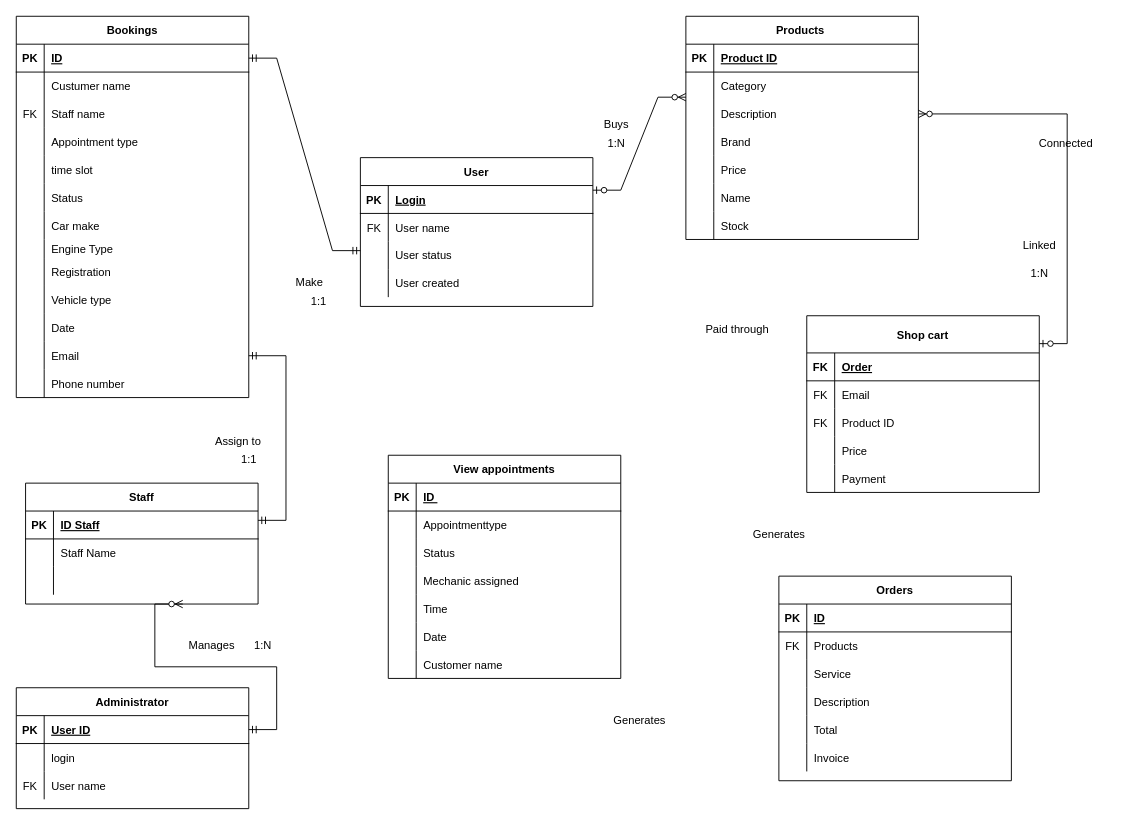
Above: Untitled Diagram.drawio in PriFlores/Garage-Database-design- (draw.io), before the change. Source tidied: cells renumbered, new cells numbered last; positions are measured from the earlier drawing's top-left corner, leaving out a move shared by most shapes. Both pictures are drawn from the tidied source at 93%, with x=0, y=0 at pixel (16, 16).
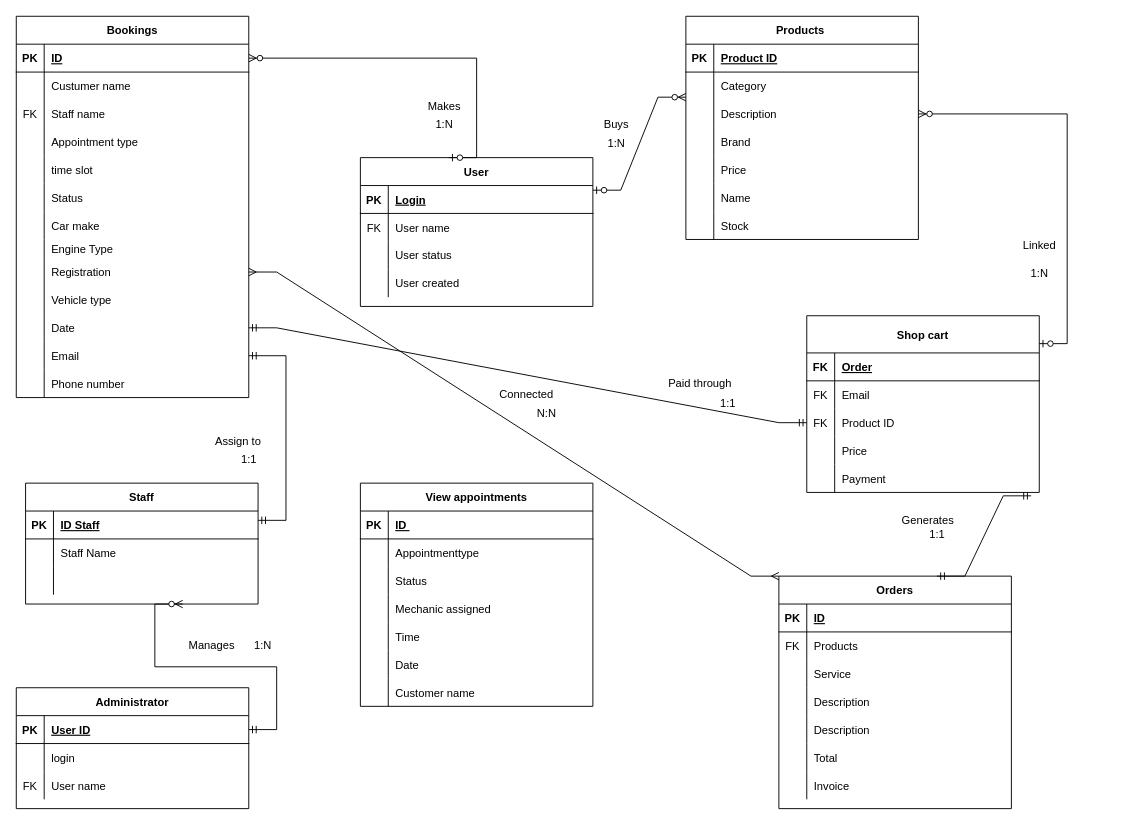
Above is the later version.

The change refers to these unchanged cells:
```xml
<mxCell id="22" style="shape=partialRectangle;fillColor=none;points=[[0,0.5],[1,0.5]];portConstraint=eastwest;top=0;left=0;right=0;bottom=1;" parent="21" vertex="1">
  <mxGeometry y="30" width="250" height="30" as="geometry" />
</mxCell>
<mxCell id="46" style="shape=partialRectangle;fillColor=none;points=[[0,0.5],[1,0.5]];portConstraint=eastwest;top=0;left=0;right=0;bottom=0;" parent="21" vertex="1">
  <mxGeometry y="260" width="250" height="30" as="geometry" />
</mxCell>
<mxCell id="52" style="shape=partialRectangle;fillColor=none;points=[[0,0.5],[1,0.5]];portConstraint=eastwest;top=0;left=0;right=0;bottom=0;" parent="21" vertex="1">
  <mxGeometry y="320" width="250" height="30" as="geometry" />
</mxCell>
<mxCell id="122" style="shape=partialRectangle;fillColor=none;points=[[0,0.5],[1,0.5]];portConstraint=eastwest;top=0;left=0;right=0;bottom=0;" parent="115" vertex="1">
  <mxGeometry y="100" width="250" height="30" as="geometry" />
</mxCell>
<mxCell id="128" style="shape=partialRectangle;fillColor=none;points=[[0,0.5],[1,0.5]];portConstraint=eastwest;top=0;left=0;right=0;bottom=0;" parent="115" vertex="1">
  <mxGeometry y="160" width="250" height="30" as="geometry" />
</mxCell>
```

Change to the diagram source:
```diff
@@
     <mxCell id="2" value="Orders" style="shape=table;startSize=30;childLayout=tableLayout;rowLines=0;fontStyle=1;align=center;" parent="1" vertex="1">
-      <mxGeometry x="820" y="602" width="250" height="220" as="geometry" />
+      <mxGeometry x="820" y="602" width="250" height="250" as="geometry" />
     </mxCell>
@@
+    <mxCell id="173" style="shape=partialRectangle;fillColor=none;top=0;left=0;right=0;bottom=0;" parent="2" vertex="1">
+      <mxGeometry y="150" width="250" height="30" as="geometry" />
+    </mxCell>
+    <mxCell id="174" style="shape=partialRectangle;overflow=hidden;fillColor=none;top=0;left=0;bottom=0;right=0;" parent="173" vertex="1">
+      <mxGeometry width="30" height="30" as="geometry" />
+    </mxCell>
+    <mxCell id="175" value="Description" style="shape=partialRectangle;overflow=hidden;fillColor=none;top=0;left=0;bottom=0;right=0;align=left;spacingLeft=6;" parent="173" vertex="1">
+      <mxGeometry x="30" width="220" height="30" as="geometry" />
+    </mxCell>
     <mxCell id="15" style="shape=partialRectangle;fillColor=none;top=0;left=0;right=0;bottom=0;" parent="2" vertex="1">
-      <mxGeometry y="150" width="250" height="30" as="geometry" />
+      <mxGeometry y="180" width="250" height="30" as="geometry" />
     </mxCell>
@@
     <mxCell id="18" style="shape=partialRectangle;fillColor=none;top=0;left=0;right=0;bottom=0;" parent="2" vertex="1">
-      <mxGeometry y="180" width="250" height="30" as="geometry" />
+      <mxGeometry y="210" width="250" height="30" as="geometry" />
     </mxCell>
@@
     <mxCell id="83" value="View appointments" style="shape=table;startSize=30;childLayout=tableLayout;rowLines=0;fontStyle=1;align=center;" parent="1" vertex="1">
-      <mxGeometry x="400" y="472" width="250" height="240" as="geometry" />
+      <mxGeometry x="370" y="502" width="250" height="240" as="geometry" />
     </mxCell>
@@
     <mxCell id="154" value="Connected&amp;nbsp;" style="text;html=1;align=center;verticalAlign=middle;strokeColor=none;fillColor=none;" parent="1" vertex="1">
-      <mxGeometry x="1090" y="122" width="80" height="30" as="geometry" />
+      <mxGeometry x="510" y="392" width="80" height="30" as="geometry" />
     </mxCell>
-    <mxCell id="155" value="Make" style="text;html=1;align=center;verticalAlign=middle;strokeColor=none;fillColor=none;" parent="1" vertex="1">
-      <mxGeometry x="290" y="272" width="50" height="30" as="geometry" />
+    <mxCell id="155" value="Makes" style="text;html=1;align=center;verticalAlign=middle;strokeColor=none;fillColor=none;" parent="1" vertex="1">
+      <mxGeometry x="430" y="82" width="60" height="30" as="geometry" />
     </mxCell>
@@
     <mxCell id="157" value="Generates" style="text;html=1;align=center;verticalAlign=middle;strokeColor=none;fillColor=none;" parent="1" vertex="1">
-      <mxGeometry x="780" y="542" width="80" height="30" as="geometry" />
+      <mxGeometry x="940" y="527" width="80" height="30" as="geometry" />
     </mxCell>
-    <mxCell id="158" value="Generates" style="text;html=1;align=center;verticalAlign=middle;strokeColor=none;fillColor=none;" parent="1" vertex="1">
-      <mxGeometry x="630" y="742" width="80" height="30" as="geometry" />
-    </mxCell>
@@
     <mxCell id="162" value="Paid through" style="text;html=1;align=center;verticalAlign=middle;strokeColor=none;fillColor=none;" parent="1" vertex="1">
-      <mxGeometry x="730" y="322" width="90" height="30" as="geometry" />
+      <mxGeometry x="690" y="380" width="90" height="30" as="geometry" />
     </mxCell>
@@
-    <mxCell id="167" style="edgeStyle=entityRelationEdgeStyle;fontSize=12;html=1;endArrow=ERmandOne;startArrow=ERmandOne;rounded=0;fontFamily=Helvetica;fontColor=default;exitX=1;exitY=0.5;exitDx=0;exitDy=0;" parent="1" edge="1" source="22">
-      <mxGeometry relative="1" as="geometry">
-        <mxPoint x="370" y="252" as="targetPoint" />
-      </mxGeometry>
-    </mxCell>
-    <mxCell id="168" value="1:1" style="text;html=1;align=center;verticalAlign=middle;strokeColor=none;fillColor=none;" parent="1" vertex="1">
-      <mxGeometry x="305" y="292" width="40" height="30" as="geometry" />
+    <mxCell id="168" value="1:N" style="text;html=1;align=center;verticalAlign=middle;strokeColor=none;fillColor=none;" parent="1" vertex="1">
+      <mxGeometry x="440" y="102" width="40" height="30" as="geometry" />
     </mxCell>
@@
+    <mxCell id="176" style="edgeStyle=entityRelationEdgeStyle;fontSize=12;html=1;endArrow=ERmany;startArrow=ERmany;rounded=0;fontFamily=Helvetica;fontColor=default;entryX=0;entryY=0;entryDx=0;entryDy=0;exitX=1;exitY=0.5;exitDx=0;exitDy=0;" parent="1" edge="1" source="46" target="2">
+      <mxGeometry relative="1" as="geometry" />
+    </mxCell>
+    <mxCell id="177" value="N:N" style="text;html=1;align=center;verticalAlign=middle;strokeColor=none;fillColor=none;" parent="1" vertex="1">
+      <mxGeometry x="550" y="412" width="40" height="30" as="geometry" />
+    </mxCell>
+    <mxCell id="178" style="edgeStyle=entityRelationEdgeStyle;fontSize=12;html=1;endArrow=ERmandOne;startArrow=ERmandOne;rounded=0;fontFamily=Helvetica;fontColor=default;exitX=1;exitY=0.5;exitDx=0;exitDy=0;entryX=0;entryY=0.5;entryDx=0;entryDy=0;" parent="1" edge="1" source="52" target="122">
+      <mxGeometry relative="1" as="geometry" />
+    </mxCell>
+    <mxCell id="179" value="1:1" style="text;html=1;align=center;verticalAlign=middle;strokeColor=none;fillColor=none;" parent="1" vertex="1">
+      <mxGeometry x="745" y="402" width="40" height="30" as="geometry" />
+    </mxCell>
+    <mxCell id="180" style="edgeStyle=entityRelationEdgeStyle;fontSize=12;html=1;endArrow=ERmandOne;startArrow=ERmandOne;rounded=0;fontFamily=Helvetica;fontColor=default;entryX=0.965;entryY=1.122;entryDx=0;entryDy=0;entryPerimeter=0;" parent="1" edge="1" target="128">
+      <mxGeometry relative="1" as="geometry">
+        <mxPoint x="990" y="602" as="sourcePoint" />
+      </mxGeometry>
+    </mxCell>
+    <mxCell id="181" value="1:1" style="text;html=1;align=center;verticalAlign=middle;strokeColor=none;fillColor=none;" parent="1" vertex="1">
+      <mxGeometry x="970" y="542" width="40" height="30" as="geometry" />
+    </mxCell>
+    <mxCell id="182" style="edgeStyle=entityRelationEdgeStyle;fontSize=12;html=1;endArrow=ERzeroToMany;startArrow=ERzeroToOne;rounded=0;fontFamily=Helvetica;fontColor=default;entryX=1;entryY=0.5;entryDx=0;entryDy=0;" parent="1" edge="1" target="22">
+      <mxGeometry relative="1" as="geometry">
+        <mxPoint x="465" y="152" as="sourcePoint" />
+      </mxGeometry>
+    </mxCell>
```
